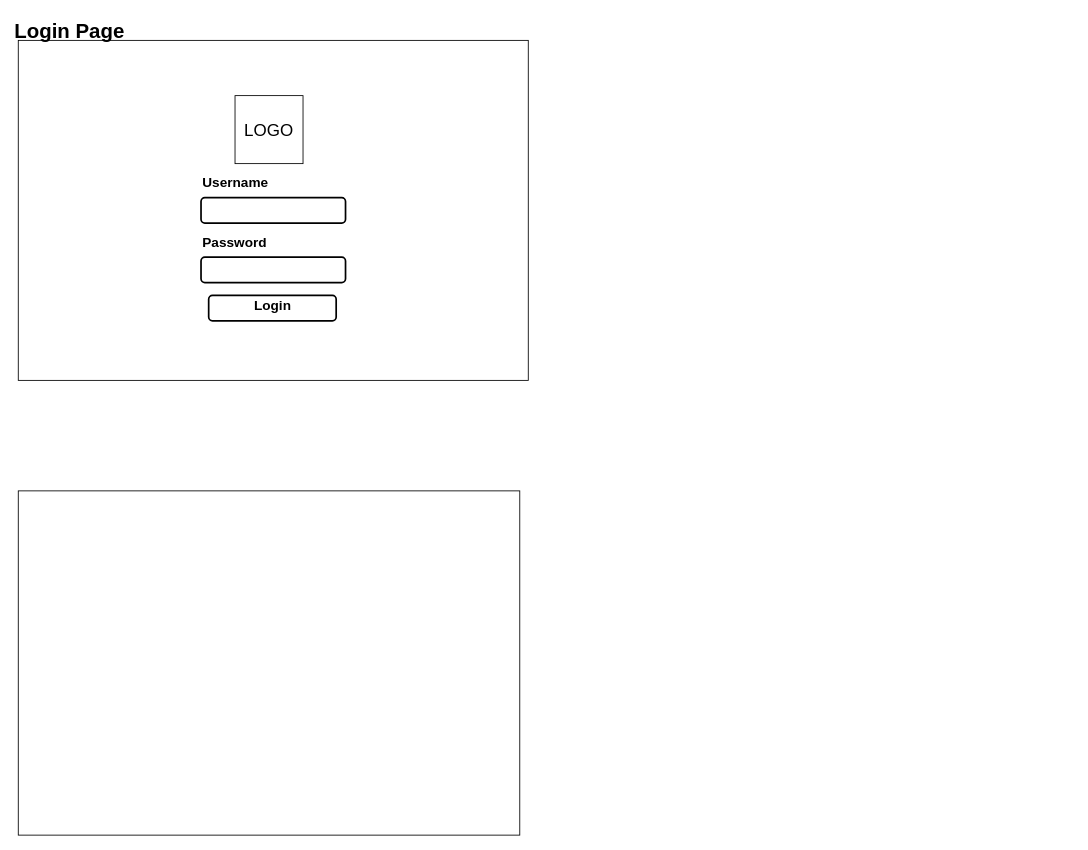
Before: Tugas Kuliah Putri.drawio in wibinabae/tugas_kuliah, a draw.io diagram. Source tidied: cells renumbered, new cells numbered last; positions are measured from the earlier drawing's top-left corner, leaving out a move shared by most shapes. Both pictures are drawn from the tidied source at 85%, with x=0, y=0 at pixel (18, 14).
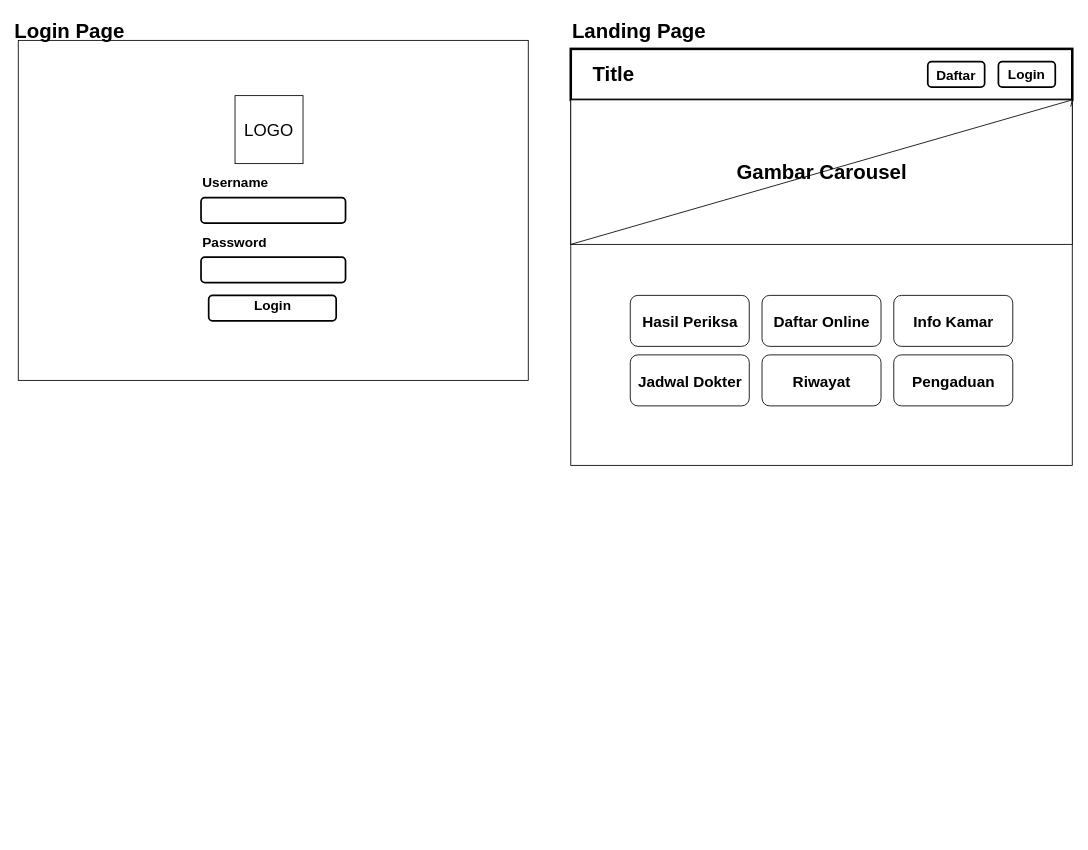
After the change.

Commit message:
Penambahan wireframe Landing Page

What changed in the source:
```diff
@@
+    <mxCell id="16" style="group;" parent="1" vertex="1">
+      <mxGeometry x="650" width="590" height="530" as="geometry" />
+    </mxCell>
+    <mxCell id="17" style="group;" parent="16" vertex="1">
+      <mxGeometry y="40" width="590" height="490" as="geometry" />
+    </mxCell>
-    <mxCell id="15" style="rounded=0;whiteSpace=wrap;html=1;" parent="1" vertex="1">
-      <mxGeometry y="560" width="590" height="405" as="geometry" />
+    <mxCell id="15" style="rounded=0;whiteSpace=wrap;html=1;" parent="17" vertex="1">
+      <mxGeometry width="590" height="490" as="geometry" />
     </mxCell>
+    <mxCell id="18" style="rounded=0;whiteSpace=wrap;html=1;strokeWidth=3;" parent="17" vertex="1">
+      <mxGeometry width="590" height="60" as="geometry" />
+    </mxCell>
+    <mxCell id="19" value="Title" style="text;strokeColor=none;fillColor=none;html=1;fontSize=24;fontStyle=1;verticalAlign=middle;align=center;" parent="17" vertex="1">
+      <mxGeometry y="10" width="100" height="40" as="geometry" />
+    </mxCell>
+    <mxCell id="20" style="group;" parent="17" vertex="1">
+      <mxGeometry x="420" y="15" width="66.9" height="30" as="geometry" />
+    </mxCell>
+    <mxCell id="21" style="rounded=1;whiteSpace=wrap;html=1;strokeWidth=2;" parent="20" vertex="1">
+      <mxGeometry width="66.9" height="30" as="geometry" />
+    </mxCell>
+    <mxCell id="22" value="&lt;font style=&quot;font-size: 16px;&quot;&gt;Daftar&lt;/font&gt;" style="text;strokeColor=none;fillColor=none;html=1;fontSize=24;fontStyle=1;verticalAlign=middle;align=center;" parent="20" vertex="1">
+      <mxGeometry x="5.3" y="4" width="56.2" height="20" as="geometry" />
+    </mxCell>
+    <mxCell id="23" style="group;" parent="17" vertex="1">
+      <mxGeometry x="503.1" y="15" width="66.9" height="30" as="geometry" />
+    </mxCell>
+    <mxCell id="24" style="rounded=1;whiteSpace=wrap;html=1;strokeWidth=2;" parent="23" vertex="1">
+      <mxGeometry width="66.9" height="30" as="geometry" />
+    </mxCell>
+    <mxCell id="25" value="&lt;font style=&quot;font-size: 16px;&quot;&gt;Login&lt;/font&gt;" style="text;strokeColor=none;fillColor=none;html=1;fontSize=24;fontStyle=1;verticalAlign=middle;align=center;" parent="23" vertex="1">
+      <mxGeometry x="5.3" y="3" width="56.2" height="20" as="geometry" />
+    </mxCell>
+    <mxCell id="26" style="rounded=0;whiteSpace=wrap;html=1;glass=0;shadow=0;" parent="17" vertex="1">
+      <mxGeometry y="60" width="590" height="170" as="geometry" />
+    </mxCell>
+    <mxCell id="27" style="endArrow=none;html=1;rounded=0;exitX=0;exitY=1;exitDx=0;exitDy=0;entryX=0.997;entryY=0.047;entryDx=0;entryDy=0;entryPerimeter=0;" parent="17" edge="1" source="26" target="26">
+      <mxGeometry relative="1" as="geometry">
+        <Array as="points">
+          <mxPoint x="590" y="60" />
+        </Array>
+      </mxGeometry>
+    </mxCell>
+    <mxCell id="28" value="Gambar Carousel" style="text;strokeColor=none;fillColor=none;html=1;fontSize=24;fontStyle=1;verticalAlign=middle;align=center;" parent="17" vertex="1">
+      <mxGeometry x="245" y="125" width="100" height="40" as="geometry" />
+    </mxCell>
+    <mxCell id="29" style="rounded=1;whiteSpace=wrap;html=1;" parent="17" vertex="1">
+      <mxGeometry x="70" y="290" width="140" height="60" as="geometry" />
+    </mxCell>
+    <mxCell id="30" value="&lt;font style=&quot;font-size: 18px;&quot;&gt;Hasil Periksa&lt;/font&gt;" style="text;strokeColor=none;fillColor=none;html=1;fontSize=24;fontStyle=1;verticalAlign=middle;align=center;" parent="17" vertex="1">
+      <mxGeometry x="90" y="300" width="100" height="40" as="geometry" />
+    </mxCell>
+    <mxCell id="31" style="rounded=1;whiteSpace=wrap;html=1;" parent="17" vertex="1">
+      <mxGeometry x="225" y="290" width="140" height="60" as="geometry" />
+    </mxCell>
+    <mxCell id="32" value="&lt;font style=&quot;font-size: 18px;&quot;&gt;Daftar Online&lt;/font&gt;" style="text;strokeColor=none;fillColor=none;html=1;fontSize=24;fontStyle=1;verticalAlign=middle;align=center;" parent="17" vertex="1">
+      <mxGeometry x="245" y="300" width="100" height="40" as="geometry" />
+    </mxCell>
+    <mxCell id="33" style="rounded=1;whiteSpace=wrap;html=1;" parent="17" vertex="1">
+      <mxGeometry x="380" y="290" width="140" height="60" as="geometry" />
+    </mxCell>
+    <mxCell id="34" value="&lt;font style=&quot;font-size: 18px;&quot;&gt;Info Kamar&lt;/font&gt;" style="text;strokeColor=none;fillColor=none;html=1;fontSize=24;fontStyle=1;verticalAlign=middle;align=center;" parent="17" vertex="1">
+      <mxGeometry x="400" y="300" width="100" height="40" as="geometry" />
+    </mxCell>
+    <mxCell id="35" style="rounded=1;whiteSpace=wrap;html=1;" parent="17" vertex="1">
+      <mxGeometry x="70" y="360" width="140" height="60" as="geometry" />
+    </mxCell>
+    <mxCell id="36" value="&lt;font style=&quot;font-size: 18px;&quot;&gt;Jadwal Dokter&lt;/font&gt;" style="text;strokeColor=none;fillColor=none;html=1;fontSize=24;fontStyle=1;verticalAlign=middle;align=center;" parent="17" vertex="1">
+      <mxGeometry x="90" y="370" width="100" height="40" as="geometry" />
+    </mxCell>
+    <mxCell id="37" style="rounded=1;whiteSpace=wrap;html=1;" parent="17" vertex="1">
+      <mxGeometry x="225" y="360" width="140" height="60" as="geometry" />
+    </mxCell>
+    <mxCell id="38" value="&lt;font style=&quot;font-size: 18px;&quot;&gt;Riwayat&lt;/font&gt;" style="text;strokeColor=none;fillColor=none;html=1;fontSize=24;fontStyle=1;verticalAlign=middle;align=center;" parent="17" vertex="1">
+      <mxGeometry x="245" y="370" width="100" height="40" as="geometry" />
+    </mxCell>
+    <mxCell id="39" style="rounded=1;whiteSpace=wrap;html=1;" parent="17" vertex="1">
+      <mxGeometry x="380" y="360" width="140" height="60" as="geometry" />
+    </mxCell>
+    <mxCell id="40" value="&lt;font style=&quot;font-size: 18px;&quot;&gt;Pengaduan&lt;/font&gt;" style="text;strokeColor=none;fillColor=none;html=1;fontSize=24;fontStyle=1;verticalAlign=middle;align=center;" parent="17" vertex="1">
+      <mxGeometry x="400" y="370" width="100" height="40" as="geometry" />
+    </mxCell>
+    <mxCell id="41" value="Landing Page" style="text;strokeColor=none;fillColor=none;html=1;fontSize=24;fontStyle=1;verticalAlign=middle;align=center;" parent="16" vertex="1">
+      <mxGeometry x="30" width="100" height="40" as="geometry" />
+    </mxCell>
```
